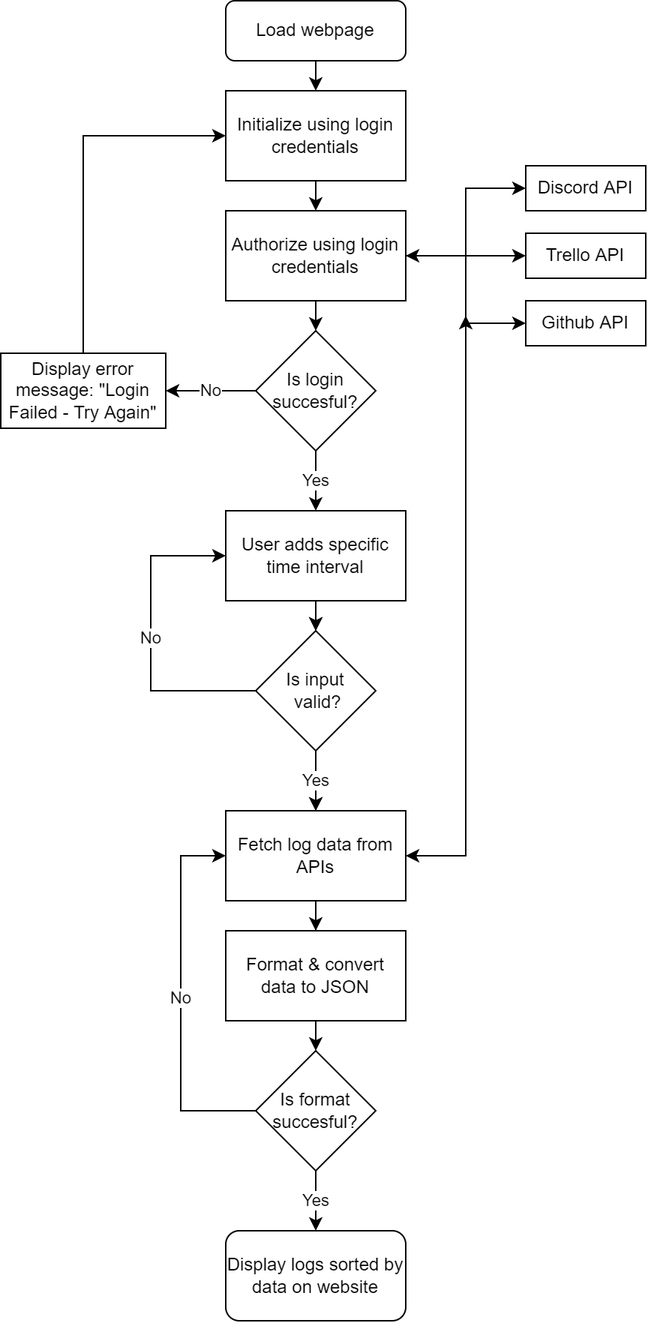
The draw.io diagram UML & Flowcharts/pngs/overall_flowchart.drawio.png in denBruneBarone/P2, before a commit. Source tidied: cells renumbered, new cells last; positions are measured from the earlier drawing's top-left corner, leaving out a move shared by most shapes.
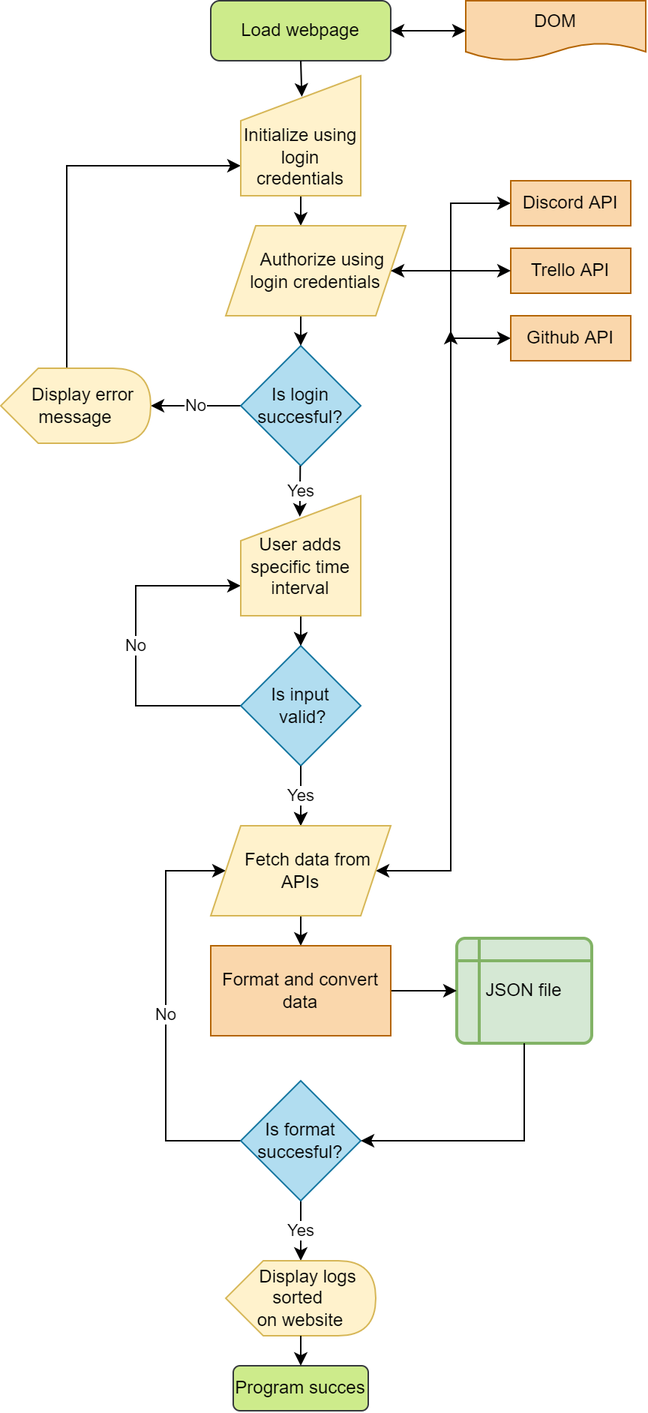
The same file after the commit.

What changed in the source:
```diff
@@ -2,94 +2,96 @@
   <root>
     <mxCell id="0" />
     <mxCell id="1" parent="0" />
-    <mxCell id="2" value="Load webpage" style="rounded=1;whiteSpace=wrap;html=1;fontSize=12;glass=0;strokeWidth=1;shadow=0;" parent="1" vertex="1">
-      <mxGeometry x="150" width="120" height="40" as="geometry" />
+    <mxCell id="2" value="Load webpage" style="rounded=1;whiteSpace=wrap;html=1;fontSize=12;glass=0;strokeWidth=1;shadow=0;fillColor=#cdeb8b;strokeColor=#36393d;" parent="1" vertex="1">
+      <mxGeometry x="150" y="-10" width="120" height="40" as="geometry" />
     </mxCell>
-    <mxCell id="3" style="edgeStyle=orthogonalEdgeStyle;rounded=0;jettySize=auto;html=1;exitX=0.5;exitY=1;exitDx=0;exitDy=0;entryX=0.5;entryY=0;entryDx=0;entryDy=0;" parent="1" edge="1" source="4" target="7">
-      <mxGeometry relative="1" as="geometry" />
+    <mxCell id="3" style="edgeStyle=orthogonalEdgeStyle;rounded=0;orthogonalLoop=1;jettySize=auto;html=1;exitX=0.5;exitY=1;exitDx=0;exitDy=0;entryX=0.5;entryY=0;entryDx=0;entryDy=0;" parent="1" edge="1">
+      <mxGeometry relative="1" as="geometry">
+        <mxPoint x="210" y="120" as="sourcePoint" />
+        <mxPoint x="210" y="140" as="targetPoint" />
+      </mxGeometry>
     </mxCell>
-    <mxCell id="4" value="Initialize using login credentials" style="rounded=0;whiteSpace=wrap;html=1;" parent="1" vertex="1">
-      <mxGeometry x="150" y="60" width="120" height="60" as="geometry" />
-    </mxCell>
-    <mxCell id="5" style="edgeStyle=orthogonalEdgeStyle;rounded=0;jettySize=auto;html=1;exitX=1;exitY=0.5;exitDx=0;exitDy=0;entryX=0;entryY=0.5;entryDx=0;entryDy=0;" parent="1" edge="1" source="7" target="13">
+    <mxCell id="5" style="edgeStyle=orthogonalEdgeStyle;rounded=0;jettySize=auto;html=1;exitX=1;exitY=0.5;exitDx=0;exitDy=0;entryX=0;entryY=0.5;entryDx=0;entryDy=0;" parent="1" edge="1" target="13">
       <mxGeometry relative="1" as="geometry">
+        <mxPoint x="270" y="170" as="sourcePoint" />
         <Array as="points">
           <mxPoint x="310" y="170" />
           <mxPoint x="310" y="215" />
         </Array>
       </mxGeometry>
     </mxCell>
-    <mxCell id="6" style="edgeStyle=orthogonalEdgeStyle;rounded=0;jettySize=auto;html=1;exitX=1;exitY=0.5;exitDx=0;exitDy=0;" parent="1" edge="1" source="7" target="8">
+    <mxCell id="6" style="edgeStyle=orthogonalEdgeStyle;rounded=0;jettySize=auto;html=1;exitX=1;exitY=0.5;exitDx=0;exitDy=0;" parent="1" edge="1" target="8">
       <mxGeometry relative="1" as="geometry">
+        <mxPoint x="270" y="170" as="sourcePoint" />
         <Array as="points">
           <mxPoint x="310" y="170" />
           <mxPoint x="310" y="125" />
         </Array>
       </mxGeometry>
     </mxCell>
-    <mxCell id="7" value="Authorize using login credentials" style="rounded=0;whiteSpace=wrap;html=1;" parent="1" vertex="1">
-      <mxGeometry x="150" y="140" width="120" height="60" as="geometry" />
-    </mxCell>
-    <mxCell id="8" value="Discord API" style="rounded=0;whiteSpace=wrap;html=1;" parent="1" vertex="1">
+    <mxCell id="8" value="Discord API" style="rounded=0;whiteSpace=wrap;html=1;fillColor=#fad7ac;strokeColor=#b46504;" parent="1" vertex="1">
       <mxGeometry x="350" y="110" width="80" height="30" as="geometry" />
     </mxCell>
-    <mxCell id="9" value="No" style="edgeStyle=orthogonalEdgeStyle;rounded=0;jettySize=auto;html=1;exitX=0;exitY=0.5;exitDx=0;exitDy=0;entryX=1;entryY=0.5;entryDx=0;entryDy=0;" parent="1" edge="1" source="10" target="18">
-      <mxGeometry relative="1" as="geometry" />
+    <mxCell id="9" value="No" style="edgeStyle=orthogonalEdgeStyle;rounded=0;jettySize=auto;html=1;exitX=0;exitY=0.5;exitDx=0;exitDy=0;entryX=1;entryY=0.5;entryDx=0;entryDy=0;" parent="1" edge="1" source="10">
+      <mxGeometry relative="1" as="geometry">
+        <mxPoint x="110" y="260" as="targetPoint" />
+      </mxGeometry>
     </mxCell>
-    <mxCell id="10" value="Is login succesful?" style="rhombus;whiteSpace=wrap;html=1;" parent="1" vertex="1">
+    <mxCell id="10" value="Is login succesful?" style="rhombus;whiteSpace=wrap;html=1;fillColor=#b1ddf0;strokeColor=#10739e;" parent="1" vertex="1">
       <mxGeometry x="170" y="220" width="80" height="80" as="geometry" />
     </mxCell>
-    <mxCell id="11" value="Trello API" style="rounded=0;whiteSpace=wrap;html=1;" parent="1" vertex="1">
+    <mxCell id="11" value="Trello API" style="rounded=0;whiteSpace=wrap;html=1;fillColor=#fad7ac;strokeColor=#b46504;" parent="1" vertex="1">
       <mxGeometry x="350" y="155" width="80" height="30" as="geometry" />
     </mxCell>
-    <mxCell id="12" style="endArrow=classic;html=1;rounded=0;exitX=0.5;exitY=1;exitDx=0;exitDy=0;entryX=0.5;entryY=0;entryDx=0;entryDy=0;" parent="1" edge="1" source="7" target="10">
-      <mxGeometry relative="1" as="geometry" />
+    <mxCell id="12" style="endArrow=classic;html=1;rounded=0;exitX=0.5;exitY=1;exitDx=0;exitDy=0;entryX=0.5;entryY=0;entryDx=0;entryDy=0;" parent="1" edge="1" target="10">
+      <mxGeometry relative="1" as="geometry">
+        <mxPoint x="210" y="200" as="sourcePoint" />
+      </mxGeometry>
     </mxCell>
-    <mxCell id="13" value="Github API" style="rounded=0;whiteSpace=wrap;html=1;" parent="1" vertex="1">
+    <mxCell id="13" value="Github API" style="rounded=0;whiteSpace=wrap;html=1;fillColor=#fad7ac;strokeColor=#b46504;" parent="1" vertex="1">
       <mxGeometry x="350" y="200" width="80" height="30" as="geometry" />
     </mxCell>
-    <mxCell id="14" value="Yes" style="endArrow=classic;html=1;rounded=0;exitX=0.5;exitY=1;exitDx=0;exitDy=0;entryX=0.5;entryY=0;entryDx=0;entryDy=0;" parent="1" edge="1" target="16">
+    <mxCell id="14" value="Yes" style="endArrow=classic;html=1;rounded=0;exitX=0.5;exitY=1;exitDx=0;exitDy=0;entryX=0.492;entryY=0.175;entryDx=0;entryDy=0;entryPerimeter=0;" parent="1" edge="1" target="16">
       <mxGeometry relative="1" as="geometry">
-        <mxPoint x="210" y="300" as="sourcePoint" />
+        <mxPoint x="209.7" y="300" as="sourcePoint" />
       </mxGeometry>
     </mxCell>
-    <mxCell id="15" style="edgeStyle=orthogonalEdgeStyle;rounded=0;jettySize=auto;html=1;exitX=0.5;exitY=1;exitDx=0;exitDy=0;entryX=0.5;entryY=0;entryDx=0;entryDy=0;" parent="1" edge="1" source="16" target="22">
-      <mxGeometry relative="1" as="geometry" />
+    <mxCell id="15" style="edgeStyle=orthogonalEdgeStyle;rounded=0;jettySize=auto;html=1;exitX=0.5;exitY=1;exitDx=0;exitDy=0;entryX=0.5;entryY=0;entryDx=0;entryDy=0;" parent="1" edge="1" target="22">
+      <mxGeometry relative="1" as="geometry">
+        <mxPoint x="210" y="400" as="sourcePoint" />
+      </mxGeometry>
     </mxCell>
-    <mxCell id="16" value="User adds specific time interval" style="rounded=0;whiteSpace=wrap;html=1;" parent="1" vertex="1">
-      <mxGeometry x="150" y="340" width="120" height="60" as="geometry" />
-    </mxCell>
-    <mxCell id="17" style="edgeStyle=orthogonalEdgeStyle;rounded=0;jettySize=auto;html=1;exitX=0.5;exitY=0;exitDx=0;exitDy=0;entryX=0;entryY=0.5;entryDx=0;entryDy=0;" parent="1" edge="1" source="18" target="4">
+    <mxCell id="17" style="edgeStyle=orthogonalEdgeStyle;rounded=0;jettySize=auto;html=1;entryX=0;entryY=0.75;entryDx=0;entryDy=0;exitX=0.44;exitY=0;exitDx=0;exitDy=0;exitPerimeter=0;" parent="1" edge="1" source="43" target="4">
       <mxGeometry relative="1" as="geometry" />
     </mxCell>
-    <mxCell id="18" value="Display error message: &quot;Login Failed - Try Again&quot;" style="rounded=0;whiteSpace=wrap;html=1;" parent="1" vertex="1">
-      <mxGeometry y="235" width="110" height="50" as="geometry" />
-    </mxCell>
-    <mxCell id="19" style="endArrow=classic;startArrow=classic;html=1;rounded=0;entryX=0;entryY=0.5;entryDx=0;entryDy=0;exitX=1;exitY=0.5;exitDx=0;exitDy=0;" parent="1" edge="1" source="7" target="11">
-      <mxGeometry relative="1" as="geometry" />
+    <mxCell id="19" style="endArrow=classic;startArrow=classic;html=1;rounded=0;entryX=0;entryY=0.5;entryDx=0;entryDy=0;exitX=1;exitY=0.5;exitDx=0;exitDy=0;" parent="1" edge="1" target="11">
+      <mxGeometry relative="1" as="geometry">
+        <mxPoint x="270" y="170" as="sourcePoint" />
+      </mxGeometry>
     </mxCell>
-    <mxCell id="20" value="No" style="edgeStyle=orthogonalEdgeStyle;rounded=0;jettySize=auto;html=1;exitX=0;exitY=0.5;exitDx=0;exitDy=0;entryX=0;entryY=0.5;entryDx=0;entryDy=0;" parent="1" edge="1" source="22">
+    <mxCell id="20" value="No" style="edgeStyle=orthogonalEdgeStyle;rounded=0;jettySize=auto;html=1;exitX=0;exitY=0.5;exitDx=0;exitDy=0;entryX=0;entryY=0.75;entryDx=0;entryDy=0;" parent="1" edge="1" source="22" target="16">
       <mxGeometry relative="1" as="geometry">
-        <mxPoint x="150" y="370" as="targetPoint" />
         <Array as="points">
           <mxPoint x="100" y="460" />
-          <mxPoint x="100" y="370" />
+          <mxPoint x="100" y="380" />
         </Array>
       </mxGeometry>
     </mxCell>
-    <mxCell id="21" value="Yes" style="edgeStyle=orthogonalEdgeStyle;rounded=0;jettySize=auto;html=1;exitX=0.5;exitY=1;exitDx=0;exitDy=0;entryX=0.5;entryY=0;entryDx=0;entryDy=0;" parent="1" edge="1" source="22" target="24">
-      <mxGeometry relative="1" as="geometry" />
+    <mxCell id="21" value="Yes" style="edgeStyle=orthogonalEdgeStyle;rounded=0;jettySize=auto;html=1;exitX=0.5;exitY=1;exitDx=0;exitDy=0;entryX=0.5;entryY=0;entryDx=0;entryDy=0;" parent="1" edge="1" source="22">
+      <mxGeometry relative="1" as="geometry">
+        <mxPoint x="210" y="540" as="targetPoint" />
+      </mxGeometry>
     </mxCell>
-    <mxCell id="22" value="Is input&lt;br&gt;&amp;nbsp;valid?" style="rhombus;whiteSpace=wrap;html=1;" parent="1" vertex="1">
+    <mxCell id="22" value="Is input&lt;br&gt;&amp;nbsp;valid?" style="rhombus;whiteSpace=wrap;html=1;fillColor=#b1ddf0;strokeColor=#10739e;" parent="1" vertex="1">
       <mxGeometry x="170" y="420" width="80" height="80" as="geometry" />
     </mxCell>
-    <mxCell id="23" style="edgeStyle=orthogonalEdgeStyle;rounded=0;jettySize=auto;html=1;" parent="1" edge="1" source="24" target="29">
-      <mxGeometry relative="1" as="geometry" />
+    <mxCell id="23" style="edgeStyle=orthogonalEdgeStyle;rounded=0;orthogonalLoop=1;jettySize=auto;html=1;" parent="1" edge="1">
+      <mxGeometry relative="1" as="geometry">
+        <mxPoint x="210" y="600" as="sourcePoint" />
+        <mxPoint x="210" y="620" as="targetPoint" />
+      </mxGeometry>
     </mxCell>
-    <mxCell id="24" value="Fetch log data from APIs" style="rounded=0;whiteSpace=wrap;html=1;" parent="1" vertex="1">
-      <mxGeometry x="150" y="540" width="120" height="60" as="geometry" />
-    </mxCell>
-    <mxCell id="25" style="endArrow=classic;html=1;rounded=0;entryX=1;entryY=0.5;entryDx=0;entryDy=0;strokeColor=#000000;startArrow=classic;" parent="1" edge="1" target="24">
+    <mxCell id="25" style="endArrow=classic;html=1;rounded=0;entryX=1;entryY=0.5;entryDx=0;entryDy=0;strokeColor=#000000;startArrow=classic;" parent="1" edge="1" target="42">
       <mxGeometry relative="1" as="geometry">
         <mxPoint x="310" y="210" as="sourcePoint" />
         <Array as="points">
@@ -97,39 +99,78 @@
         </Array>
       </mxGeometry>
     </mxCell>
-    <mxCell id="26" style="endArrow=classic;html=1;rounded=0;exitX=0.5;exitY=1;exitDx=0;exitDy=0;entryX=0.5;entryY=0;entryDx=0;entryDy=0;" parent="1" edge="1" source="16" target="22">
-      <mxGeometry relative="1" as="geometry" />
+    <mxCell id="26" style="endArrow=classic;html=1;rounded=0;exitX=0.5;exitY=1;exitDx=0;exitDy=0;entryX=0.5;entryY=0;entryDx=0;entryDy=0;" parent="1" edge="1" target="22">
+      <mxGeometry relative="1" as="geometry">
+        <mxPoint x="210" y="400" as="sourcePoint" />
+      </mxGeometry>
     </mxCell>
-    <mxCell id="27" value="Yes" style="endArrow=classic;html=1;rounded=0;exitX=0.5;exitY=1;exitDx=0;exitDy=0;entryX=0.5;entryY=0;entryDx=0;entryDy=0;" parent="1" edge="1" source="22" target="24">
-      <mxGeometry relative="1" as="geometry" />
+    <mxCell id="27" value="Yes" style="endArrow=classic;html=1;rounded=0;exitX=0.5;exitY=1;exitDx=0;exitDy=0;entryX=0.5;entryY=0;entryDx=0;entryDy=0;" parent="1" edge="1" source="22">
+      <mxGeometry relative="1" as="geometry">
+        <mxPoint x="210" y="540" as="targetPoint" />
+      </mxGeometry>
     </mxCell>
-    <mxCell id="28" style="edgeStyle=orthogonalEdgeStyle;rounded=0;jettySize=auto;html=1;exitX=0.5;exitY=1;exitDx=0;exitDy=0;entryX=0.5;entryY=0;entryDx=0;entryDy=0;" parent="1" edge="1" source="29" target="33">
-      <mxGeometry relative="1" as="geometry" />
-    </mxCell>
-    <mxCell id="29" value="Format &amp;amp; convert data to JSON" style="rounded=0;whiteSpace=wrap;html=1;" parent="1" vertex="1">
-      <mxGeometry x="150" y="620" width="120" height="60" as="geometry" />
-    </mxCell>
-    <mxCell id="30" value="Display logs sorted by data on website" style="rounded=1;whiteSpace=wrap;html=1;" parent="1" vertex="1">
-      <mxGeometry x="150" y="820" width="120" height="60" as="geometry" />
-    </mxCell>
-    <mxCell id="31" value="Yes" style="edgeStyle=orthogonalEdgeStyle;rounded=0;jettySize=auto;html=1;exitX=0.5;exitY=1;exitDx=0;exitDy=0;" parent="1" edge="1" source="33">
-      <mxGeometry relative="1" as="geometry">
-        <mxPoint x="210" y="820" as="targetPoint" />
-      </mxGeometry>
+    <mxCell id="31" value="Yes" style="edgeStyle=orthogonalEdgeStyle;rounded=0;jettySize=auto;html=1;exitX=0.5;exitY=1;exitDx=0;exitDy=0;entryX=0;entryY=0;entryDx=50;entryDy=0;entryPerimeter=0;" parent="1" edge="1" source="33" target="37">
+      <mxGeometry relative="1" as="geometry" />
     </mxCell>
-    <mxCell id="32" value="No" style="edgeStyle=orthogonalEdgeStyle;rounded=0;jettySize=auto;html=1;exitX=0;exitY=0.5;exitDx=0;exitDy=0;entryX=0;entryY=0.5;entryDx=0;entryDy=0;" parent="1" edge="1" source="33" target="24">
+    <mxCell id="32" value="No" style="edgeStyle=orthogonalEdgeStyle;rounded=0;jettySize=auto;html=1;exitX=0;exitY=0.5;exitDx=0;exitDy=0;entryX=0;entryY=0.5;entryDx=0;entryDy=0;" parent="1" edge="1" source="33" target="42">
       <mxGeometry relative="1" as="geometry">
         <Array as="points">
-          <mxPoint x="120" y="740" />
+          <mxPoint x="120" y="750" />
           <mxPoint x="120" y="570" />
         </Array>
       </mxGeometry>
     </mxCell>
-    <mxCell id="33" value="Is format succesful?" style="rhombus;whiteSpace=wrap;html=1;" parent="1" vertex="1">
-      <mxGeometry x="170" y="700" width="80" height="80" as="geometry" />
+    <mxCell id="33" value="Is format succesful?" style="rhombus;whiteSpace=wrap;html=1;fillColor=#b1ddf0;strokeColor=#10739e;" parent="1" vertex="1">
+      <mxGeometry x="170" y="710" width="80" height="80" as="geometry" />
     </mxCell>
-    <mxCell id="34" style="endArrow=classic;html=1;rounded=0;exitX=0.5;exitY=1;exitDx=0;exitDy=0;entryX=0.5;entryY=0;entryDx=0;entryDy=0;" parent="1" edge="1" source="2" target="4">
+    <mxCell id="34" style="endArrow=classic;html=1;rounded=0;exitX=0.5;exitY=1;exitDx=0;exitDy=0;entryX=0.509;entryY=0.175;entryDx=0;entryDy=0;entryPerimeter=0;" parent="1" edge="1" source="2" target="4">
       <mxGeometry relative="1" as="geometry" />
     </mxCell>
+    <mxCell id="35" value="DOM" style="shape=document;whiteSpace=wrap;html=1;boundedLbl=1;fillColor=#fad7ac;strokeColor=#b46504;" parent="1" vertex="1">
+      <mxGeometry x="320" y="-10" width="120" height="40" as="geometry" />
+    </mxCell>
+    <mxCell id="36" style="endArrow=classic;html=1;rounded=0;strokeColor=#000000;curved=1;entryX=1;entryY=0.5;entryDx=0;entryDy=0;startArrow=classic;" parent="1" edge="1" source="35" target="2">
+      <mxGeometry relative="1" as="geometry" />
+    </mxCell>
+    <mxCell id="37" value="&amp;nbsp; &amp;nbsp; Display logs &lt;br&gt;sorted &lt;br&gt;on website" style="shape=display;whiteSpace=wrap;html=1;fillColor=#fff2cc;strokeColor=#d6b656;" parent="1" vertex="1">
+      <mxGeometry x="160" y="830" width="100" height="50" as="geometry" />
+    </mxCell>
+    <mxCell id="16" value="&lt;span&gt;&lt;br&gt;User adds specific time interval&lt;br&gt;&lt;/span&gt;" style="shape=manualInput;whiteSpace=wrap;html=1;fillColor=#fff2cc;strokeColor=#d6b656;" parent="1" vertex="1">
+      <mxGeometry x="170" y="320" width="80" height="80" as="geometry" />
+    </mxCell>
+    <mxCell id="38" value="JSON file" style="shape=internalStorage;whiteSpace=wrap;html=1;dx=15;dy=15;rounded=1;arcSize=8;strokeWidth=2;fillColor=#d5e8d4;strokeColor=#82b366;gradientDirection=north;" parent="1" vertex="1">
+      <mxGeometry x="314" y="615" width="90" height="70" as="geometry" />
+    </mxCell>
+    <mxCell id="39" style="edgeStyle=orthogonalEdgeStyle;curved=1;rounded=0;jettySize=auto;html=1;exitX=1;exitY=0.5;exitDx=0;exitDy=0;entryX=0;entryY=0.5;entryDx=0;entryDy=0;strokeColor=default;" parent="1" edge="1" source="40" target="38">
+      <mxGeometry relative="1" as="geometry" />
+    </mxCell>
+    <mxCell id="40" value="Format and convert data" style="rounded=0;whiteSpace=wrap;html=1;fillColor=#fad7ac;strokeColor=#b46504;" parent="1" vertex="1">
+      <mxGeometry x="150" y="620" width="120" height="60" as="geometry" />
+    </mxCell>
+    <mxCell id="41" value="&lt;br&gt;" style="edgeStyle=orthogonalEdgeStyle;rounded=0;jettySize=auto;html=1;exitX=0.5;exitY=1;exitDx=0;exitDy=0;entryX=1;entryY=0.5;entryDx=0;entryDy=0;" parent="1" edge="1" source="38" target="33">
+      <mxGeometry relative="1" as="geometry">
+        <Array as="points">
+          <mxPoint x="359" y="750" />
+        </Array>
+      </mxGeometry>
+    </mxCell>
+    <mxCell id="4" value="&lt;br&gt;&lt;br&gt;Initialize using login credentials" style="shape=manualInput;whiteSpace=wrap;html=1;fillColor=#fff2cc;strokeColor=#d6b656;" parent="1" vertex="1">
+      <mxGeometry x="170" y="40" width="80" height="80" as="geometry" />
+    </mxCell>
+    <mxCell id="42" value="&lt;font face=&quot;helvetica&quot;&gt;&amp;nbsp; &amp;nbsp;Fetch data from APIs&lt;/font&gt;" style="shape=parallelogram;perimeter=parallelogramPerimeter;whiteSpace=wrap;html=1;fixedSize=1;fillColor=#fff2cc;strokeColor=#d6b656;" parent="1" vertex="1">
+      <mxGeometry x="150" y="540" width="120" height="60" as="geometry" />
+    </mxCell>
+    <mxCell id="7" value="&lt;span&gt;&amp;nbsp; &amp;nbsp;Authorize using login credentials&lt;/span&gt;" style="shape=parallelogram;perimeter=parallelogramPerimeter;whiteSpace=wrap;html=1;fixedSize=1;fillColor=#fff2cc;strokeColor=#d6b656;" parent="1" vertex="1">
+      <mxGeometry x="160" y="140" width="120" height="60" as="geometry" />
+    </mxCell>
+    <mxCell id="43" value="&lt;span&gt;&amp;nbsp; &amp;nbsp; &amp;nbsp; Display error&amp;nbsp; &amp;nbsp; message&lt;/span&gt;" style="shape=display;whiteSpace=wrap;html=1;fillColor=#fff2cc;strokeColor=#d6b656;" parent="1" vertex="1">
+      <mxGeometry x="10" y="235" width="100" height="50" as="geometry" />
+    </mxCell>
+    <mxCell id="44" value="Program succes" style="rounded=1;whiteSpace=wrap;html=1;fillColor=#cdeb8b;strokeColor=#36393d;" parent="1" vertex="1">
+      <mxGeometry x="165" y="900" width="90" height="30" as="geometry" />
+    </mxCell>
+    <mxCell id="45" style="endArrow=classic;html=1;rounded=0;strokeColor=default;curved=1;entryX=0.5;entryY=0;entryDx=0;entryDy=0;exitX=0;exitY=0;exitDx=50;exitDy=50;exitPerimeter=0;" parent="1" edge="1" source="37" target="44">
+      <mxGeometry relative="1" as="geometry" />
+    </mxCell>
   </root>
 </mxGraphModel>
```
